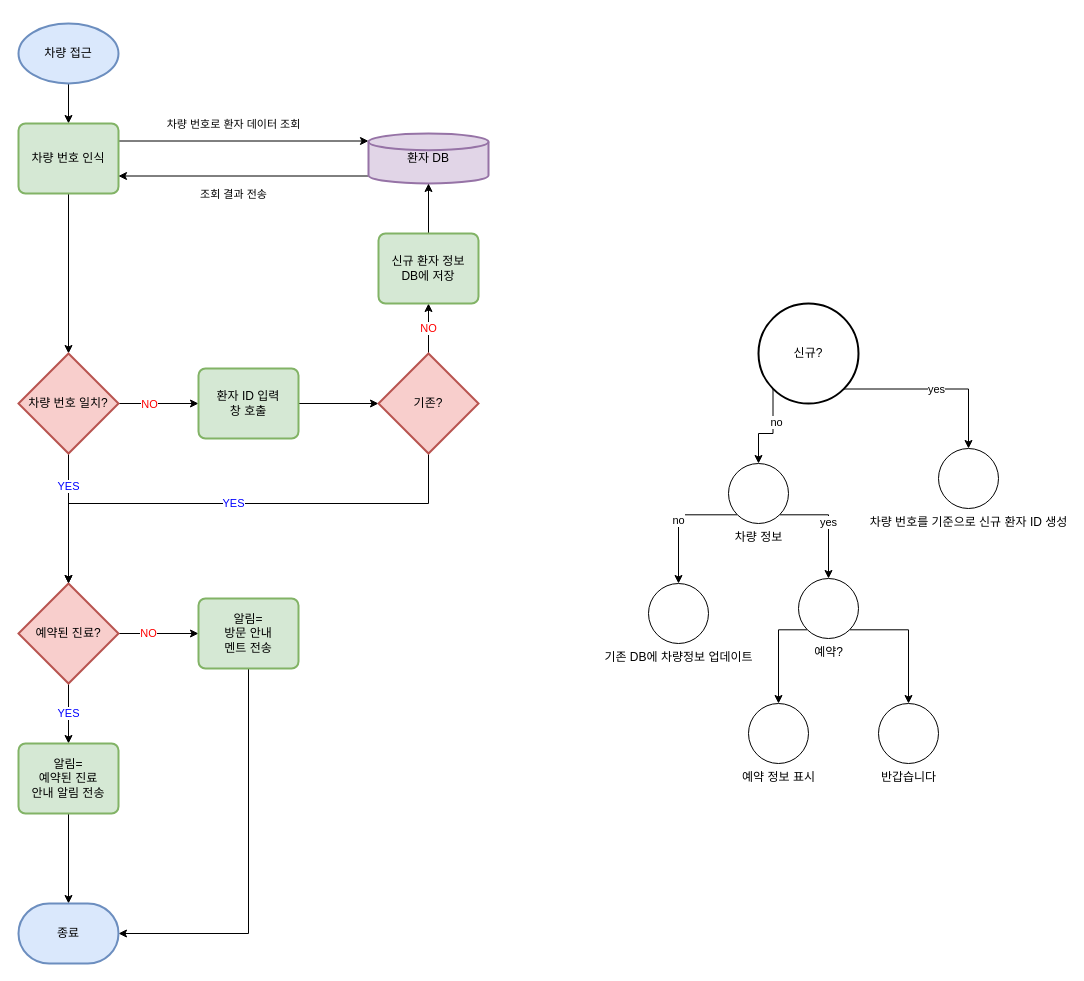
Above: openCV/etc/flow.drawio in Mistyrain9302/MyStudy (draw.io), before the change. Source tidied: cells renumbered, new cells numbered last; positions are measured from the earlier drawing's top-left corner, leaving out a move shared by most shapes. Both pictures are drawn from the tidied source at 100%, with x=0, y=0 at pixel (18, 23).
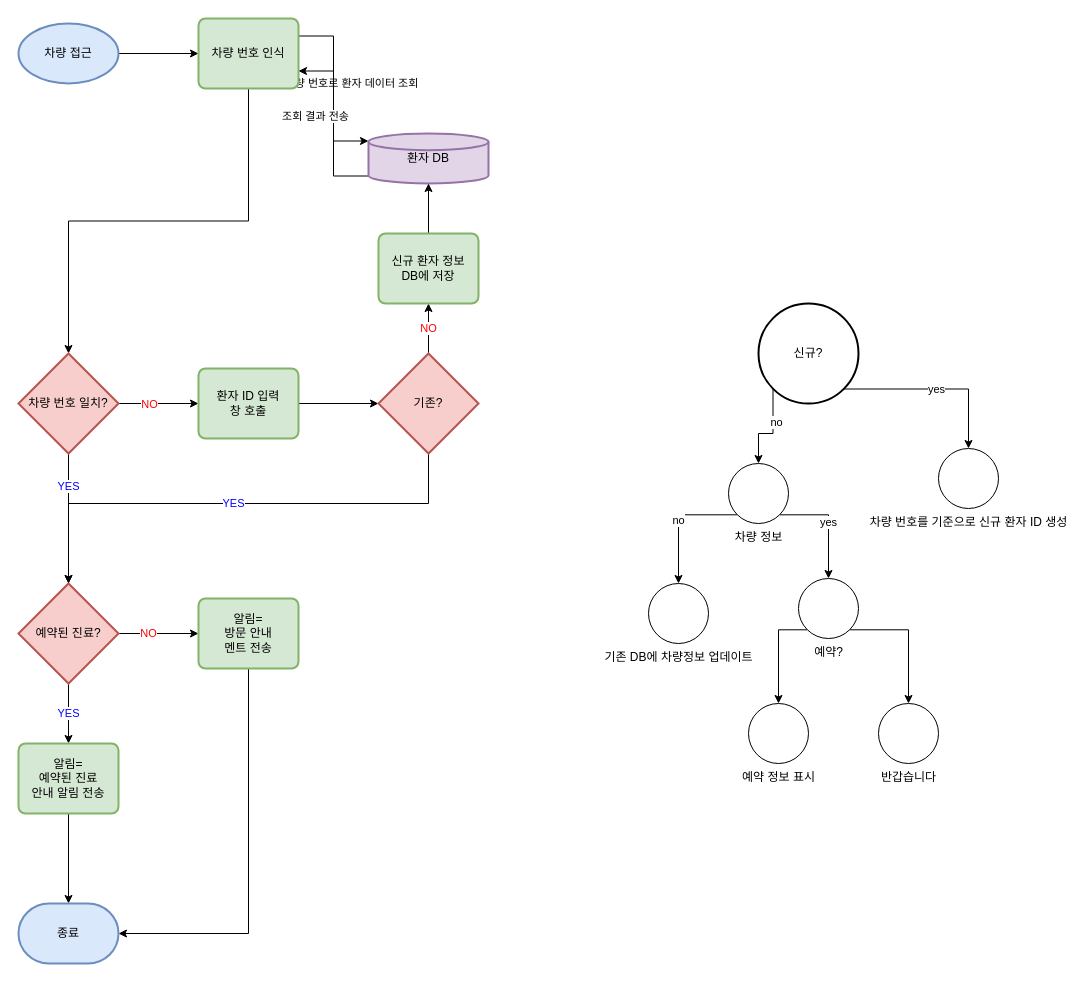
The same page after the edit.

Unchanged cells that the change refers to:
```xml
<mxCell id="3" value="차량 접근" style="strokeWidth=2;html=1;shape=mxgraph.flowchart.start_1;whiteSpace=wrap;fillColor=#dae8fc;strokeColor=#6c8ebf;" parent="1" vertex="1">
  <mxGeometry width="100" height="60" as="geometry" />
</mxCell>
```

Change to the diagram source:
```diff
@@
-    <mxCell id="2" style="edgeStyle=orthogonalEdgeStyle;rounded=0;jettySize=auto;html=1;exitX=0.5;exitY=1;exitDx=0;exitDy=0;exitPerimeter=0;entryX=0.5;entryY=0;entryDx=0;entryDy=0;" parent="1" edge="1" source="3" target="6">
+    <mxCell id="2" style="edgeStyle=orthogonalEdgeStyle;rounded=0;jettySize=auto;html=1;exitX=1;exitY=0.5;exitDx=0;exitDy=0;exitPerimeter=0;" parent="1" edge="1" source="3" target="6">
       <mxGeometry relative="1" as="geometry" />
     </mxCell>
@@
     <mxCell id="6" value="차량 번호 인식" style="rounded=1;whiteSpace=wrap;html=1;absoluteArcSize=1;arcSize=14;strokeWidth=2;fillColor=#d5e8d4;strokeColor=#82b366;" parent="1" vertex="1">
-      <mxGeometry y="100" width="100" height="70" as="geometry" />
+      <mxGeometry x="180" y="-5" width="100" height="70" as="geometry" />
     </mxCell>
```
